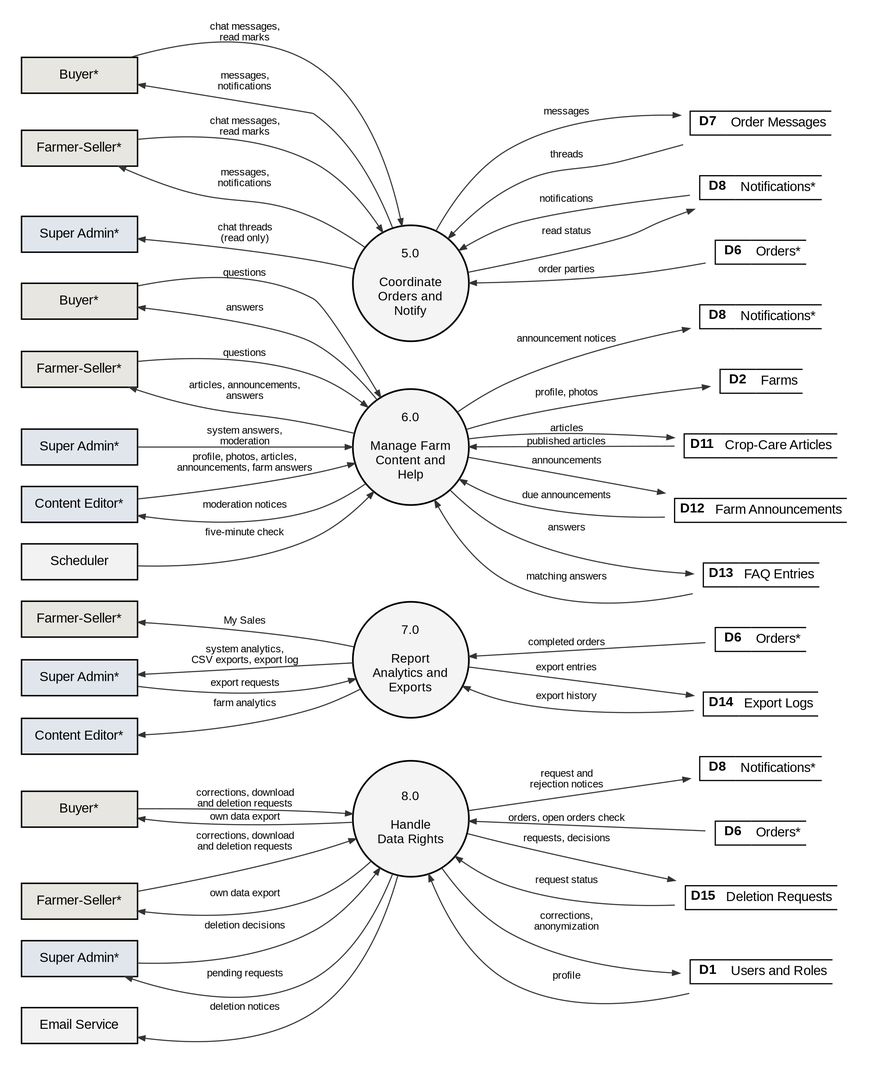
Before: docs/manuscript/figures/fig6_1b_dfd_level1.png, a diagram exported from Graphviz (shawncastaneda11-commits/anihow-backend). Its source is kept beside it as docs/manuscript/figures/src/fig6_1b_dfd_level1.dot. Its diagram source:
```dot
digraph G {
  graph [rankdir=LR, nodesep=0.25, ranksep=0.9, pad=0.25, fontname="Liberation Sans", newrank=true];
  node  [fontname="Liberation Sans", fontsize=11];
  edge  [penwidth=0.9, arrowsize=0.6, color="#333333", fontname="Liberation Sans", fontsize=8.5];
  p5 [shape=circle, style=filled, fillcolor="#F4F4F4", penwidth=1.4, fixedsize=true, width=1.35, fontsize=10.5, label="5.0\n\nCoordinate\nOrders and\nNotify"];
  by_p5 [shape=box, style=filled, fillcolor="#E8E6E0", penwidth=1.2, width=1.35, height=0.42, label="Buyer*"];
  fs_p5 [shape=box, style=filled, fillcolor="#E8E6E0", penwidth=1.2, width=1.35, height=0.42, label="Farmer-Seller*"];
  sa_p5 [shape=box, style=filled, fillcolor="#E1E6ED", penwidth=1.2, width=1.35, height=0.42, label="Super Admin*"];
  D7_p5 [shape=plaintext, label=<<TABLE BORDER="0" CELLBORDER="1" CELLSPACING="0" CELLPADDING="3"><TR><TD SIDES="TBL" WIDTH="30"><B>D7</B></TD><TD SIDES="TB" ALIGN="LEFT">Order Messages</TD></TR></TABLE>>];
  D8_p5 [shape=plaintext, label=<<TABLE BORDER="0" CELLBORDER="1" CELLSPACING="0" CELLPADDING="3"><TR><TD SIDES="TBL" WIDTH="30"><B>D8</B></TD><TD SIDES="TB" ALIGN="LEFT">Notifications*</TD></TR></TABLE>>];
  D6_p5 [shape=plaintext, label=<<TABLE BORDER="0" CELLBORDER="1" CELLSPACING="0" CELLPADDING="3"><TR><TD SIDES="TBL" WIDTH="30"><B>D6</B></TD><TD SIDES="TB" ALIGN="LEFT">Orders*</TD></TR></TABLE>>];
  p6 [shape=circle, style=filled, fillcolor="#F4F4F4", penwidth=1.4, fixedsize=true, width=1.35, fontsize=10.5, label="6.0\n\nManage Farm\nContent and\nHelp"];
  by_p6 [shape=box, style=filled, fillcolor="#E8E6E0", penwidth=1.2, width=1.35, height=0.42, label="Buyer*"];
  fs_p6 [shape=box, style=filled, fillcolor="#E8E6E0", penwidth=1.2, width=1.35, height=0.42, label="Farmer-Seller*"];
  sa_p6 [shape=box, style=filled, fillcolor="#E1E6ED", penwidth=1.2, width=1.35, height=0.42, label="Super Admin*"];
  D8_p6 [shape=plaintext, label=<<TABLE BORDER="0" CELLBORDER="1" CELLSPACING="0" CELLPADDING="3"><TR><TD SIDES="TBL" WIDTH="30"><B>D8</B></TD><TD SIDES="TB" ALIGN="LEFT">Notifications*</TD></TR></TABLE>>];
  ce_p6 [shape=box, style=filled, fillcolor="#E1E6ED", penwidth=1.2, width=1.35, height=0.42, label="Content Editor*"];
  sch_p6 [shape=box, style=filled, fillcolor="#F2F2F2", penwidth=1.2, width=1.35, height=0.42, label="Scheduler"];
  D2_p6 [shape=plaintext, label=<<TABLE BORDER="0" CELLBORDER="1" CELLSPACING="0" CELLPADDING="3"><TR><TD SIDES="TBL" WIDTH="30"><B>D2</B></TD><TD SIDES="TB" ALIGN="LEFT">Farms</TD></TR></TABLE>>];
  D11_p6 [shape=plaintext, label=<<TABLE BORDER="0" CELLBORDER="1" CELLSPACING="0" CELLPADDING="3"><TR><TD SIDES="TBL" WIDTH="30"><B>D11</B></TD><TD SIDES="TB" ALIGN="LEFT">Crop-Care Articles</TD></TR></TABLE>>];
  D12_p6 [shape=plaintext, label=<<TABLE BORDER="0" CELLBORDER="1" CELLSPACING="0" CELLPADDING="3"><TR><TD SIDES="TBL" WIDTH="30"><B>D12</B></TD><TD SIDES="TB" ALIGN="LEFT">Farm Announcements</TD></TR></TABLE>>];
  D13_p6 [shape=plaintext, label=<<TABLE BORDER="0" CELLBORDER="1" CELLSPACING="0" CELLPADDING="3"><TR><TD SIDES="TBL" WIDTH="30"><B>D13</B></TD><TD SIDES="TB" ALIGN="LEFT">FAQ Entries</TD></TR></TABLE>>];
  p7 [shape=circle, style=filled, fillcolor="#F4F4F4", penwidth=1.4, fixedsize=true, width=1.35, fontsize=10.5, label="7.0\n\nReport\nAnalytics and\nExports"];
  fs_p7 [shape=box, style=filled, fillcolor="#E8E6E0", penwidth=1.2, width=1.35, height=0.42, label="Farmer-Seller*"];
  sa_p7 [shape=box, style=filled, fillcolor="#E1E6ED", penwidth=1.2, width=1.35, height=0.42, label="Super Admin*"];
  D6_p7 [shape=plaintext, label=<<TABLE BORDER="0" CELLBORDER="1" CELLSPACING="0" CELLPADDING="3"><TR><TD SIDES="TBL" WIDTH="30"><B>D6</B></TD><TD SIDES="TB" ALIGN="LEFT">Orders*</TD></TR></TABLE>>];
  ce_p7 [shape=box, style=filled, fillcolor="#E1E6ED", penwidth=1.2, width=1.35, height=0.42, label="Content Editor*"];
  D14_p7 [shape=plaintext, label=<<TABLE BORDER="0" CELLBORDER="1" CELLSPACING="0" CELLPADDING="3"><TR><TD SIDES="TBL" WIDTH="30"><B>D14</B></TD><TD SIDES="TB" ALIGN="LEFT">Export Logs</TD></TR></TABLE>>];
  p8 [shape=circle, style=filled, fillcolor="#F4F4F4", penwidth=1.4, fixedsize=true, width=1.35, fontsize=10.5, label="8.0\n\nHandle\nData Rights"];
  by_p8 [shape=box, style=filled, fillcolor="#E8E6E0", penwidth=1.2, width=1.35, height=0.42, label="Buyer*"];
  fs_p8 [shape=box, style=filled, fillcolor="#E8E6E0", penwidth=1.2, width=1.35, height=0.42, label="Farmer-Seller*"];
  sa_p8 [shape=box, style=filled, fillcolor="#E1E6ED", penwidth=1.2, width=1.35, height=0.42, label="Super Admin*"];
  D8_p8 [shape=plaintext, label=<<TABLE BORDER="0" CELLBORDER="1" CELLSPACING="0" CELLPADDING="3"><TR><TD SIDES="TBL" WIDTH="30"><B>D8</B></TD><TD SIDES="TB" ALIGN="LEFT">Notifications*</TD></TR></TABLE>>];
  D6_p8 [shape=plaintext, label=<<TABLE BORDER="0" CELLBORDER="1" CELLSPACING="0" CELLPADDING="3"><TR><TD SIDES="TBL" WIDTH="30"><B>D6</B></TD><TD SIDES="TB" ALIGN="LEFT">Orders*</TD></TR></TABLE>>];
  D15_p8 [shape=plaintext, label=<<TABLE BORDER="0" CELLBORDER="1" CELLSPACING="0" CELLPADDING="3"><TR><TD SIDES="TBL" WIDTH="30"><B>D15</B></TD><TD SIDES="TB" ALIGN="LEFT">Deletion Requests</TD></TR></TABLE>>];
  D1_p8 [shape=plaintext, label=<<TABLE BORDER="0" CELLBORDER="1" CELLSPACING="0" CELLPADDING="3"><TR><TD SIDES="TBL" WIDTH="30"><B>D1</B></TD><TD SIDES="TB" ALIGN="LEFT">Users and Roles</TD></TR></TABLE>>];
  em_p8 [shape=box, style=filled, fillcolor="#F2F2F2", penwidth=1.2, width=1.35, height=0.42, label="Email Service"];
  by_p5 -> p5 [label="chat messages,\nread marks"];
  fs_p5 -> p5 [label="chat messages,\nread marks"];
  by_p5 -> p5 [label="messages,\nnotifications", dir=back];
  fs_p5 -> p5 [label="messages,\nnotifications", dir=back];
  sa_p5 -> p5 [label="chat threads\n(read only)", dir=back];
  p5 -> D7_p5 [label="messages"];
  p5 -> D7_p5 [label="threads", dir=back];
  p5 -> D8_p5 [label="notifications", dir=back];
  p5 -> D8_p5 [label="read status"];
  p5 -> D6_p5 [label="order parties", dir=back];
  ce_p6 -> p6 [label="profile, photos, articles,\nannouncements, farm answers"];
  sa_p6 -> p6 [label="system answers,\nmoderation"];
  fs_p6 -> p6 [label="questions"];
  by_p6 -> p6 [label="questions"];
  fs_p6 -> p6 [label="articles, announcements,\nanswers", dir=back];
  by_p6 -> p6 [label="answers", dir=back];
  ce_p6 -> p6 [label="moderation notices", dir=back];
  sch_p6 -> p6 [label="five-minute check"];
  p6 -> D2_p6 [label="profile, photos"];
  p6 -> D11_p6 [label="articles"];
  p6 -> D11_p6 [label="published articles", dir=back];
  p6 -> D12_p6 [label="announcements"];
  p6 -> D12_p6 [label="due announcements", dir=back];
  p6 -> D13_p6 [label="answers"];
  p6 -> D13_p6 [label="matching answers", dir=back];
  p6 -> D8_p6 [label="announcement notices"];
  p7 -> D6_p7 [label="completed orders", dir=back];
  sa_p7 -> p7 [label="system analytics,\nCSV exports, export log", dir=back];
  ce_p7 -> p7 [label="farm analytics", dir=back];
  fs_p7 -> p7 [label="My Sales", dir=back];
  sa_p7 -> p7 [label="export requests"];
  p7 -> D14_p7 [label="export entries"];
  p7 -> D14_p7 [label="export history", dir=back];
  by_p8 -> p8 [label="corrections, download\nand deletion requests"];
  fs_p8 -> p8 [label="corrections, download\nand deletion requests"];
  sa_p8 -> p8 [label="deletion decisions"];
  sa_p8 -> p8 [label="pending requests", dir=back];
  by_p8 -> p8 [label="own data export", dir=back];
  fs_p8 -> p8 [label="own data export", dir=back];
  p8 -> D15_p8 [label="requests, decisions"];
  p8 -> D15_p8 [label="request status", dir=back];
  p8 -> D1_p8 [label="corrections,\nanonymization"];
  p8 -> D1_p8 [label="profile", dir=back];
  p8 -> D6_p8 [label="orders, open orders check", dir=back];
  p8 -> D8_p8 [label="request and\nrejection notices"];
  em_p8 -> p8 [label="deletion notices", dir=back];
  {rank=same; by_p5; fs_p5; sa_p5; ce_p6; sa_p6; fs_p6; by_p6; sch_p6; sa_p7; ce_p7; fs_p7; by_p8; fs_p8; sa_p8; em_p8}
  {rank=same; D7_p5; D8_p5; D6_p5; D2_p6; D11_p6; D12_p6; D13_p6; D8_p6; D6_p7; D14_p7; D15_p8; D1_p8; D6_p8; D8_p8}
  {rank=same; p5; p6; p7; p8}
  p5 -> p6 [style=invis, weight=10];
  p6 -> p7 [style=invis, weight=10];
  p7 -> p8 [style=invis, weight=10];
}
```
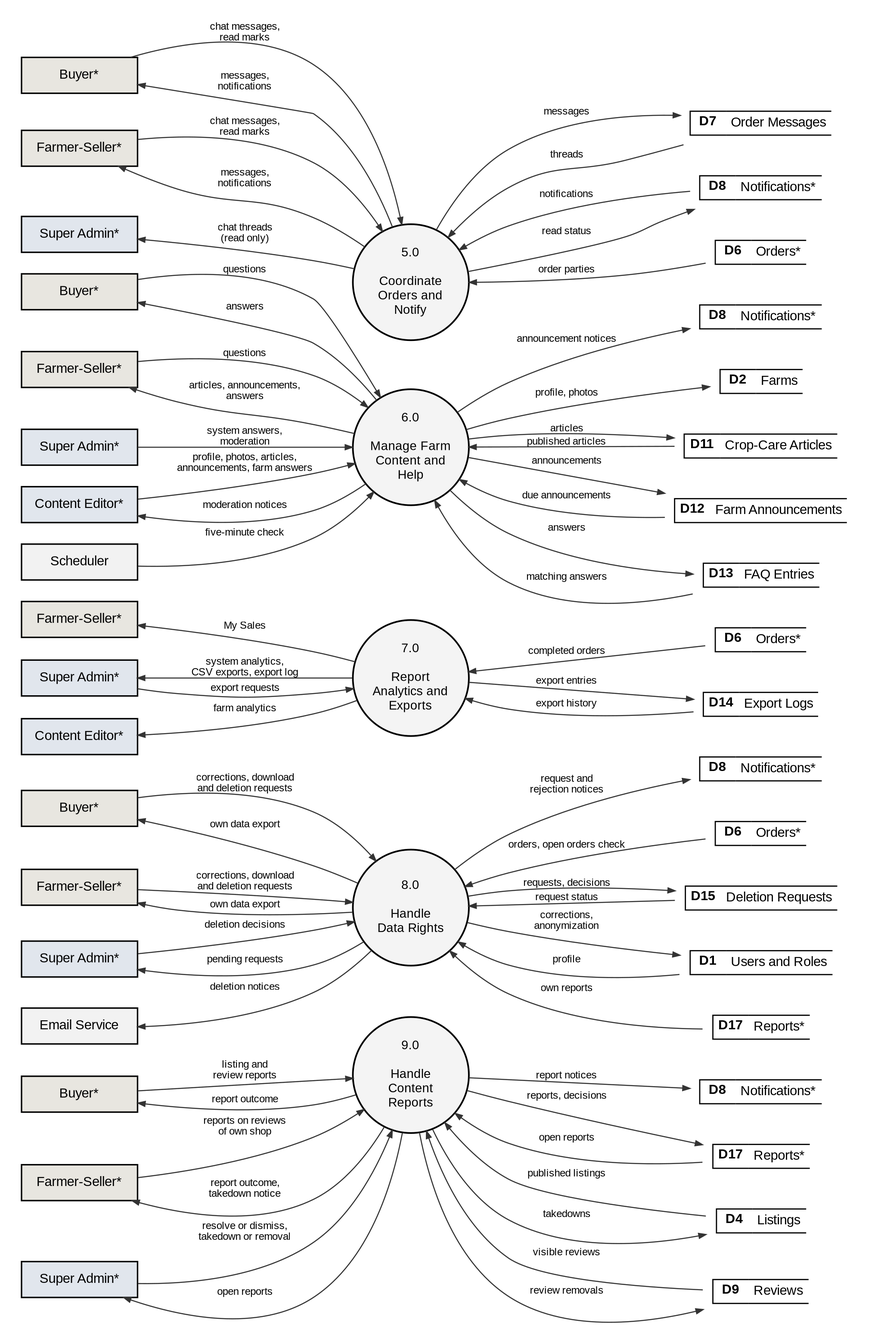
After the commit.

What changed in the source:
```diff
@@ -34,7 +34,16 @@
   D6_p8 [shape=plaintext, label=<<TABLE BORDER="0" CELLBORDER="1" CELLSPACING="0" CELLPADDING="3"><TR><TD SIDES="TBL" WIDTH="30"><B>D6</B></TD><TD SIDES="TB" ALIGN="LEFT">Orders*</TD></TR></TABLE>>];
   D15_p8 [shape=plaintext, label=<<TABLE BORDER="0" CELLBORDER="1" CELLSPACING="0" CELLPADDING="3"><TR><TD SIDES="TBL" WIDTH="30"><B>D15</B></TD><TD SIDES="TB" ALIGN="LEFT">Deletion Requests</TD></TR></TABLE>>];
   D1_p8 [shape=plaintext, label=<<TABLE BORDER="0" CELLBORDER="1" CELLSPACING="0" CELLPADDING="3"><TR><TD SIDES="TBL" WIDTH="30"><B>D1</B></TD><TD SIDES="TB" ALIGN="LEFT">Users and Roles</TD></TR></TABLE>>];
+  D17_p8 [shape=plaintext, label=<<TABLE BORDER="0" CELLBORDER="1" CELLSPACING="0" CELLPADDING="3"><TR><TD SIDES="TBL" WIDTH="30"><B>D17</B></TD><TD SIDES="TB" ALIGN="LEFT">Reports*</TD></TR></TABLE>>];
   em_p8 [shape=box, style=filled, fillcolor="#F2F2F2", penwidth=1.2, width=1.35, height=0.42, label="Email Service"];
+  p9 [shape=circle, style=filled, fillcolor="#F4F4F4", penwidth=1.4, fixedsize=true, width=1.35, fontsize=10.5, label="9.0\n\nHandle\nContent\nReports"];
+  by_p9 [shape=box, style=filled, fillcolor="#E8E6E0", penwidth=1.2, width=1.35, height=0.42, label="Buyer*"];
+  fs_p9 [shape=box, style=filled, fillcolor="#E8E6E0", penwidth=1.2, width=1.35, height=0.42, label="Farmer-Seller*"];
+  sa_p9 [shape=box, style=filled, fillcolor="#E1E6ED", penwidth=1.2, width=1.35, height=0.42, label="Super Admin*"];
+  D8_p9 [shape=plaintext, label=<<TABLE BORDER="0" CELLBORDER="1" CELLSPACING="0" CELLPADDING="3"><TR><TD SIDES="TBL" WIDTH="30"><B>D8</B></TD><TD SIDES="TB" ALIGN="LEFT">Notifications*</TD></TR></TABLE>>];
+  D17_p9 [shape=plaintext, label=<<TABLE BORDER="0" CELLBORDER="1" CELLSPACING="0" CELLPADDING="3"><TR><TD SIDES="TBL" WIDTH="30"><B>D17</B></TD><TD SIDES="TB" ALIGN="LEFT">Reports*</TD></TR></TABLE>>];
+  D4_p9 [shape=plaintext, label=<<TABLE BORDER="0" CELLBORDER="1" CELLSPACING="0" CELLPADDING="3"><TR><TD SIDES="TBL" WIDTH="30"><B>D4</B></TD><TD SIDES="TB" ALIGN="LEFT">Listings</TD></TR></TABLE>>];
+  D9_p9 [shape=plaintext, label=<<TABLE BORDER="0" CELLBORDER="1" CELLSPACING="0" CELLPADDING="3"><TR><TD SIDES="TBL" WIDTH="30"><B>D9</B></TD><TD SIDES="TB" ALIGN="LEFT">Reviews</TD></TR></TABLE>>];
   by_p5 -> p5 [label="chat messages,\nread marks"];
   fs_p5 -> p5 [label="chat messages,\nread marks"];
   by_p5 -> p5 [label="messages,\nnotifications", dir=back];
@@ -79,12 +88,27 @@
   p8 -> D1_p8 [label="corrections,\nanonymization"];
   p8 -> D1_p8 [label="profile", dir=back];
   p8 -> D6_p8 [label="orders, open orders check", dir=back];
+  p8 -> D17_p8 [label="own reports", dir=back];
   p8 -> D8_p8 [label="request and\nrejection notices"];
   em_p8 -> p8 [label="deletion notices", dir=back];
-  {rank=same; by_p5; fs_p5; sa_p5; ce_p6; sa_p6; fs_p6; by_p6; sch_p6; sa_p7; ce_p7; fs_p7; by_p8; fs_p8; sa_p8; em_p8}
-  {rank=same; D7_p5; D8_p5; D6_p5; D2_p6; D11_p6; D12_p6; D13_p6; D8_p6; D6_p7; D14_p7; D15_p8; D1_p8; D6_p8; D8_p8}
-  {rank=same; p5; p6; p7; p8}
+  by_p9 -> p9 [label="listing and\nreview reports"];
+  fs_p9 -> p9 [label="reports on reviews\nof own shop"];
+  sa_p9 -> p9 [label="resolve or dismiss,\ntakedown or removal"];
+  sa_p9 -> p9 [label="open reports", dir=back];
+  by_p9 -> p9 [label="report outcome", dir=back];
+  fs_p9 -> p9 [label="report outcome,\ntakedown notice", dir=back];
+  p9 -> D4_p9 [label="published listings", dir=back];
+  p9 -> D9_p9 [label="visible reviews", dir=back];
+  p9 -> D17_p9 [label="reports, decisions"];
+  p9 -> D17_p9 [label="open reports", dir=back];
+  p9 -> D4_p9 [label="takedowns"];
+  p9 -> D9_p9 [label="review removals"];
+  p9 -> D8_p9 [label="report notices"];
+  {rank=same; by_p5; fs_p5; sa_p5; ce_p6; sa_p6; fs_p6; by_p6; sch_p6; sa_p7; ce_p7; fs_p7; by_p8; fs_p8; sa_p8; em_p8; by_p9; fs_p9; sa_p9}
+  {rank=same; D7_p5; D8_p5; D6_p5; D2_p6; D11_p6; D12_p6; D13_p6; D8_p6; D6_p7; D14_p7; D15_p8; D1_p8; D6_p8; D17_p8; D8_p8; D4_p9; D9_p9; D17_p9; D8_p9}
+  {rank=same; p5; p6; p7; p8; p9}
   p5 -> p6 [style=invis, weight=10];
   p6 -> p7 [style=invis, weight=10];
   p7 -> p8 [style=invis, weight=10];
+  p8 -> p9 [style=invis, weight=10];
 }
```
